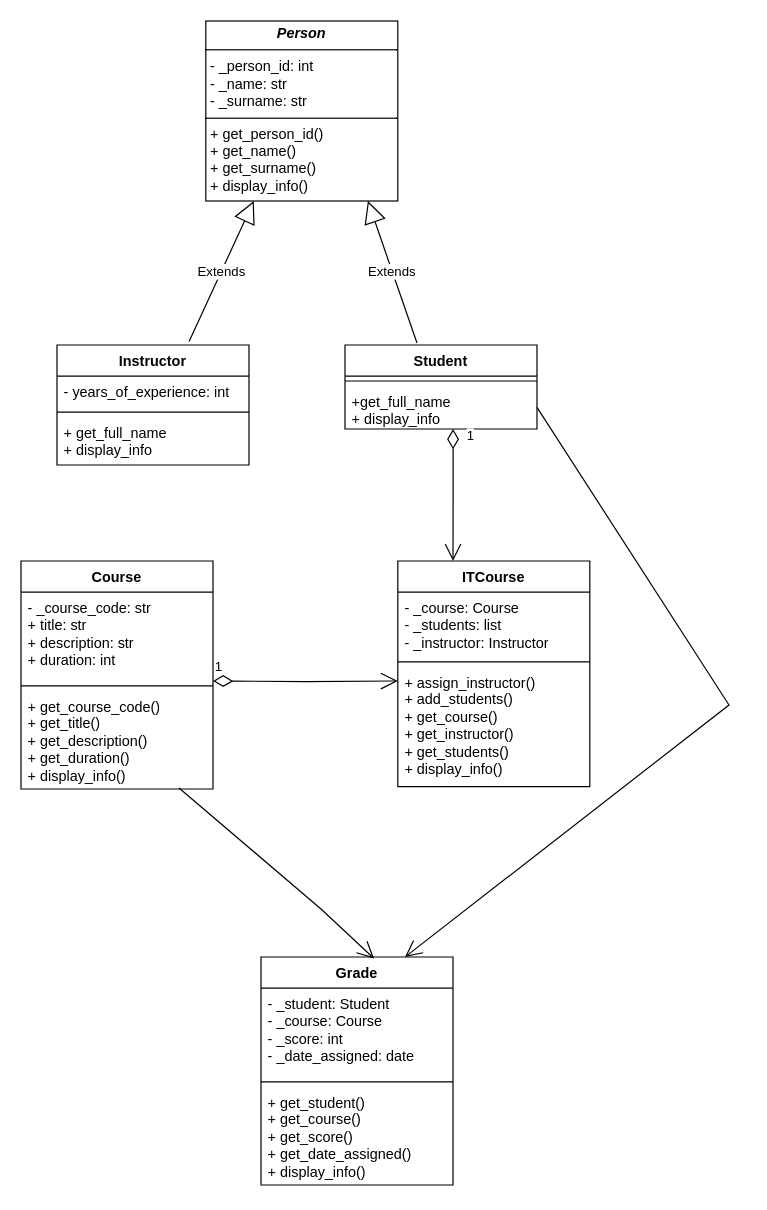
Before: HW_36/usage_of_OOP_UML_diagram.drawio.xml in Yevgaiz/Hillel_QA_Automation, a draw.io diagram. Source tidied: cells renumbered, new cells numbered last; positions are measured from the earlier drawing's top-left corner, leaving out a move shared by most shapes. Both pictures are drawn from the tidied source at 120%, with x=0, y=0 at pixel (20, 20).
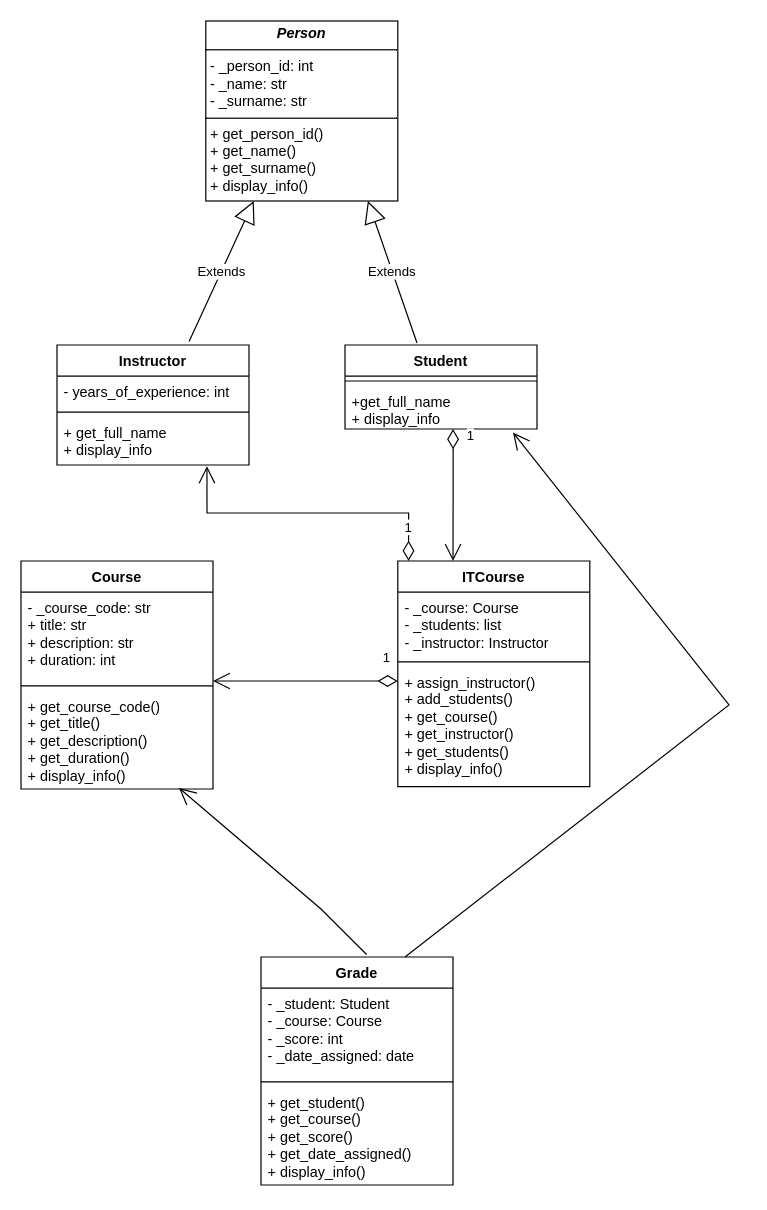
The same diagram, later.

Commit message (it also covers changes not shown here):
diagram correction 2

Unchanged cells that the change refers to:
```xml
<mxCell id="7" value="&lt;div&gt;+ get_full_name&lt;/div&gt;+ display_info" style="text;strokeColor=none;fillColor=none;align=left;verticalAlign=top;spacingLeft=4;spacingRight=4;overflow=hidden;points=[[0,0.5],[1,0.5]];portConstraint=eastwest;whiteSpace=wrap;html=1;" parent="4" vertex="1">
  <mxGeometry y="60" width="160" height="40" as="geometry" />
</mxCell>
<mxCell id="10" value="&lt;div&gt;+get_full_name&lt;/div&gt;+ display_info" style="text;strokeColor=none;fillColor=none;align=left;verticalAlign=top;spacingLeft=4;spacingRight=4;overflow=hidden;points=[[0,0.5],[1,0.5]];portConstraint=eastwest;whiteSpace=wrap;html=1;" parent="8" vertex="1">
  <mxGeometry y="34" width="160" height="36" as="geometry" />
</mxCell>
<mxCell id="15" value="+ get_course_code()&lt;div&gt;+ get_title()&lt;br&gt;&lt;/div&gt;&lt;div&gt;+ get_description()&lt;br&gt;&lt;/div&gt;&lt;div&gt;+ get_duration()&lt;br&gt;&lt;/div&gt;&lt;div&gt;+ display_info()&lt;br&gt;&lt;/div&gt;" style="text;strokeColor=none;fillColor=none;align=left;verticalAlign=top;spacingLeft=4;spacingRight=4;overflow=hidden;points=[[0,0.5],[1,0.5]];portConstraint=eastwest;whiteSpace=wrap;html=1;" parent="12" vertex="1">
  <mxGeometry y="108" width="160" height="82" as="geometry" />
</mxCell>
<mxCell id="16" value="ITCourse " style="swimlane;fontStyle=1;align=center;verticalAlign=top;horizontal=1;startSize=26;whiteSpace=wrap;html=1;" parent="1" vertex="1">
  <mxGeometry x="314" y="450" width="160" height="188" as="geometry" />
</mxCell>
<mxCell id="19" value="+ assign_instructor()&lt;div&gt;+ add_students()&lt;br&gt;&lt;/div&gt;&lt;div&gt;+ get_course()&lt;br&gt;&lt;/div&gt;&lt;div&gt;+ get_instructor()&lt;br&gt;&lt;/div&gt;&lt;div&gt;+ get_students()&lt;br&gt;&lt;/div&gt;&lt;div&gt;+ display_info()&lt;br&gt;&lt;/div&gt;" style="text;strokeColor=none;fillColor=none;align=left;verticalAlign=top;spacingLeft=4;spacingRight=4;overflow=hidden;points=[[0,0.5],[1,0.5]];portConstraint=eastwest;whiteSpace=wrap;html=1;" parent="16" vertex="1">
  <mxGeometry y="88" width="160" height="100" as="geometry" />
</mxCell>
<mxCell id="21" value="Grade" style="swimlane;fontStyle=1;align=center;verticalAlign=top;horizontal=1;startSize=26;whiteSpace=wrap;html=1;" parent="1" vertex="1">
  <mxGeometry x="200" y="780" width="160" height="190" as="geometry" />
</mxCell>
```

What changed in the source:
```diff
@@
-    <mxCell id="20" value="1" style="endArrow=open;html=1;endSize=12;startArrow=diamondThin;startSize=14;startFill=0;edgeStyle=orthogonalEdgeStyle;align=left;verticalAlign=bottom;rounded=0;entryX=0;entryY=0.12;entryDx=0;entryDy=0;entryPerimeter=0;" parent="1" edge="1" target="19">
-      <mxGeometry x="-1" y="3" relative="1" as="geometry">
-        <mxPoint x="160" y="550" as="sourcePoint" />
+    <mxCell id="20" value="1" style="endArrow=open;html=1;endSize=12;startArrow=diamondThin;startSize=14;startFill=0;edgeStyle=orthogonalEdgeStyle;align=left;verticalAlign=bottom;rounded=0;entryX=0;entryY=0.12;entryDx=0;entryDy=0;entryPerimeter=0;exitX=0;exitY=0.12;exitDx=0;exitDy=0;exitPerimeter=0;" parent="16" edge="1" source="19">
+      <mxGeometry x="-0.82" y="-10" relative="1" as="geometry">
+        <mxPoint x="-154" y="100" as="targetPoint" />
       </mxGeometry>
     </mxCell>
@@
-    <mxCell id="26" style="endArrow=open;endFill=1;endSize=12;html=1;rounded=0;exitX=1;exitY=0.5;exitDx=0;exitDy=0;entryX=0.75;entryY=0;entryDx=0;entryDy=0;" parent="1" edge="1" source="10" target="21">
+    <mxCell id="26" style="endArrow=open;endFill=1;endSize=12;html=1;rounded=0;exitX=0.75;exitY=0;exitDx=0;exitDy=0;entryX=0.875;entryY=1.083;entryDx=0;entryDy=0;entryPerimeter=0;" parent="1" edge="1" source="21" target="10">
       <mxGeometry relative="1" as="geometry">
         <Array as="points">
           <mxPoint x="590" y="570" />
         </Array>
       </mxGeometry>
     </mxCell>
-    <mxCell id="27" style="endArrow=open;endFill=1;endSize=12;html=1;rounded=0;entryX=0.589;entryY=0.007;entryDx=0;entryDy=0;entryPerimeter=0;exitX=0.823;exitY=0.99;exitDx=0;exitDy=0;exitPerimeter=0;" parent="1" edge="1" source="15" target="21">
+    <mxCell id="27" style="endArrow=open;endFill=1;endSize=12;html=1;rounded=0;entryX=0.823;entryY=0.99;entryDx=0;entryDy=0;entryPerimeter=0;exitX=0.55;exitY=-0.011;exitDx=0;exitDy=0;exitPerimeter=0;" parent="1" edge="1" source="21" target="15">
       <mxGeometry relative="1" as="geometry">
         <Array as="points">
           <mxPoint x="250" y="740" />
         </Array>
       </mxGeometry>
     </mxCell>
+    <mxCell id="28" value="1" style="endArrow=open;html=1;endSize=12;startArrow=diamondThin;startSize=14;startFill=0;edgeStyle=orthogonalEdgeStyle;align=left;verticalAlign=bottom;rounded=0;entryX=0.781;entryY=1.025;entryDx=0;entryDy=0;entryPerimeter=0;exitX=0.056;exitY=0;exitDx=0;exitDy=0;exitPerimeter=0;" parent="1" edge="1" source="16" target="7">
+      <mxGeometry x="-0.85" y="5" relative="1" as="geometry">
+        <Array as="points">
+          <mxPoint x="323" y="410" />
+          <mxPoint x="155" y="410" />
+        </Array>
+      </mxGeometry>
+    </mxCell>
```
